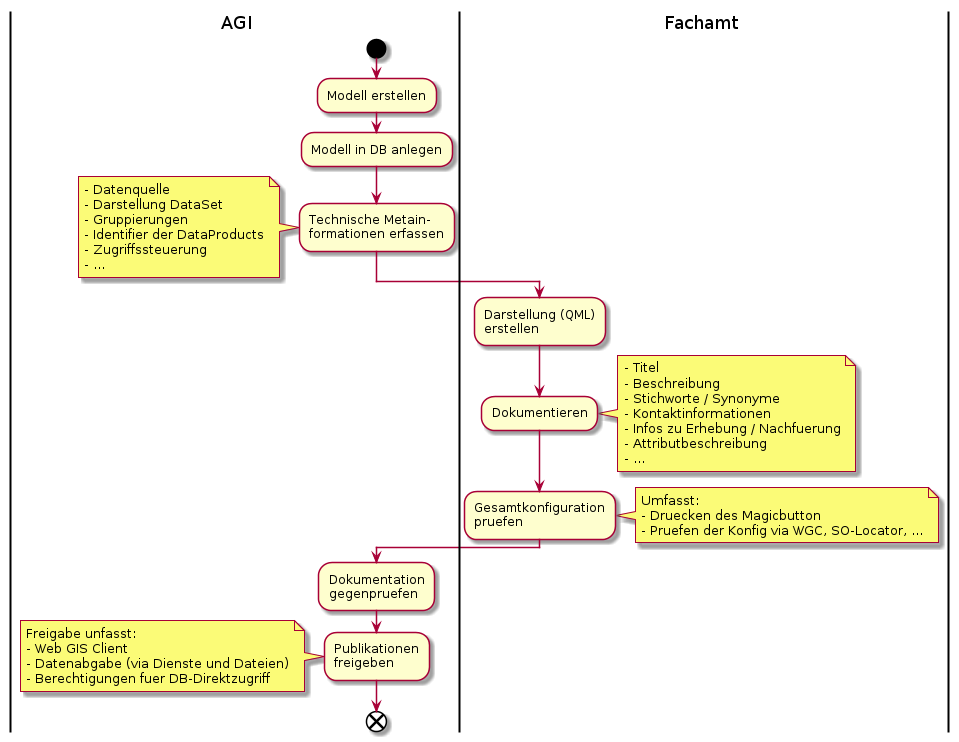
Earlier version of the PlantUML export puml_output/ablauf_neu.png (simi-so/mm).
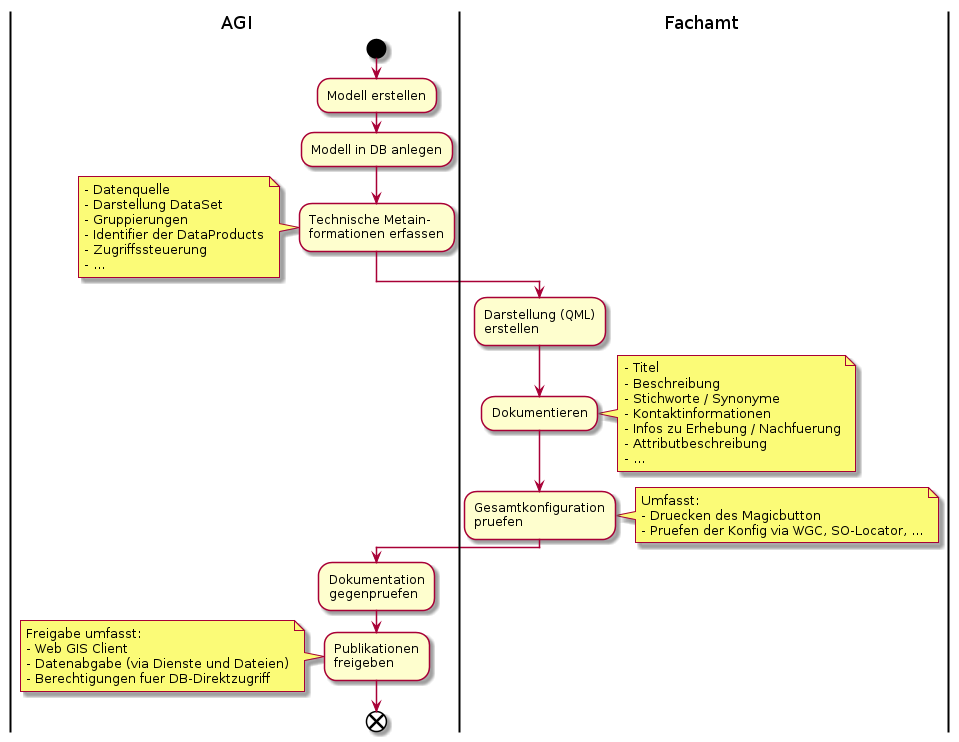
Later version of the same file.

Change to the diagram source:
```diff
@@ -51,7 +51,7 @@
 freigeben;
 
 note left
-Freigabe unfasst:
+Freigabe umfasst:
 - Web GIS Client
 - Datenabgabe (via Dienste und Dateien)
 - Berechtigungen fuer DB-Direktzugriff
```
